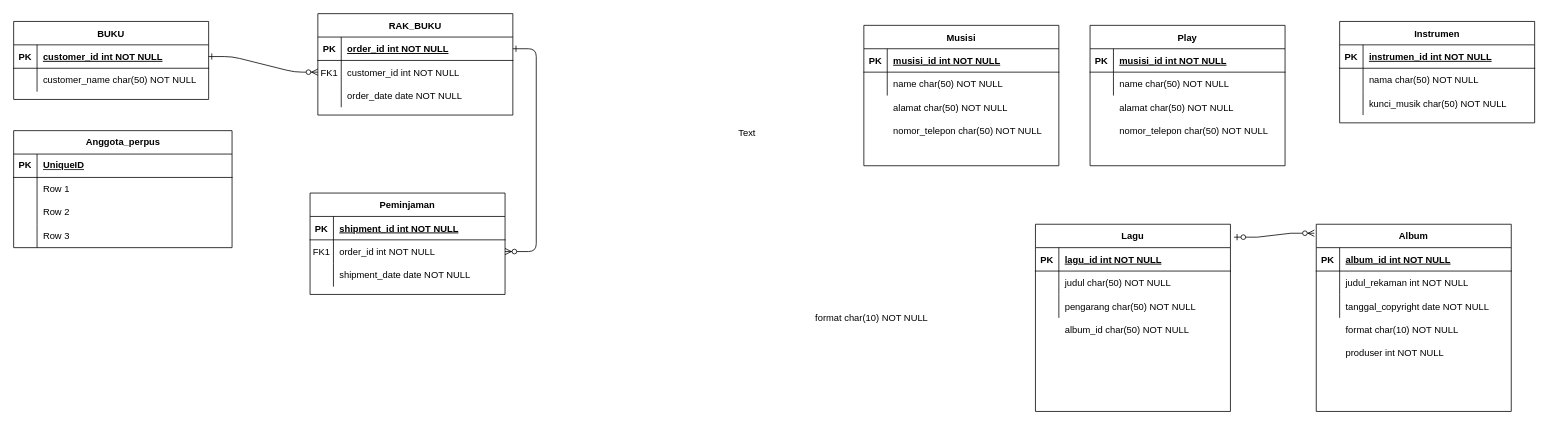
Before: Untitled Diagram.drawio in josephgreffenkomala/Basis-Data, a draw.io diagram. Source tidied: cells renumbered, new cells numbered last; positions are measured from the earlier drawing's top-left corner, leaving out a move shared by most shapes. Both pictures are drawn from the tidied source at 78%, with x=0, y=0 at pixel (13, 13).
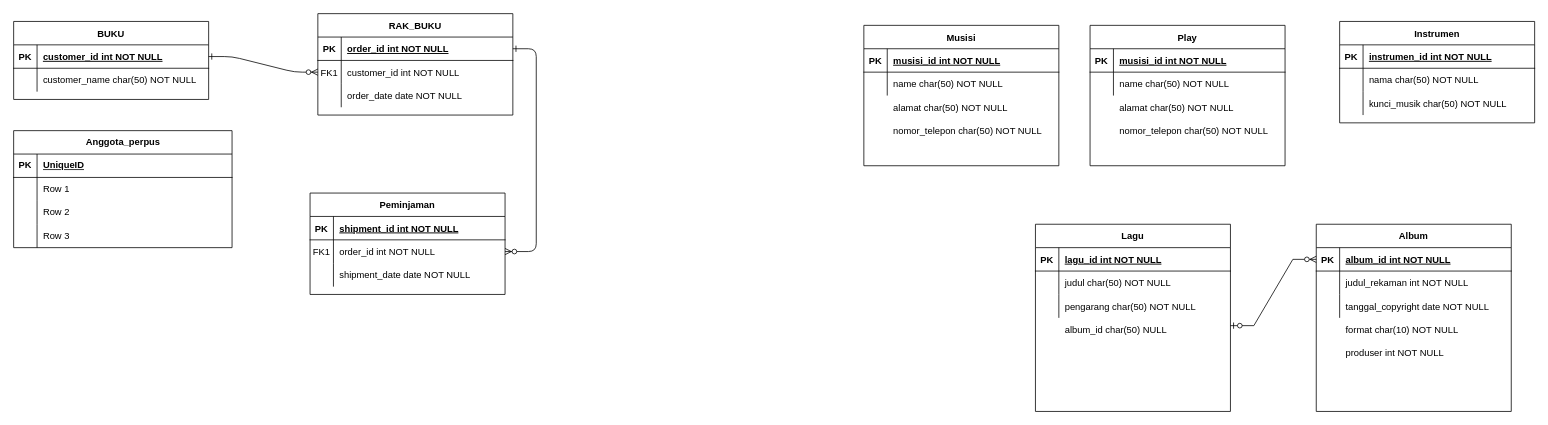
The same page after the edit.

The change refers to these unchanged cells:
```xml
<mxCell id="42" value="Album" style="shape=table;startSize=30;childLayout=tableLayout;rowLines=0;fontStyle=1;align=center;" parent="1" vertex="1">
  <mxGeometry x="1670" y="270" width="250" height="240" as="geometry" />
</mxCell>
<mxCell id="43" style="shape=partialRectangle;fillColor=none;points=[[0,0.5],[1,0.5]];portConstraint=eastwest;top=0;left=0;right=0;bottom=1;" parent="42" vertex="1">
  <mxGeometry y="30" width="250" height="30" as="geometry" />
</mxCell>
<mxCell id="62" value="Lagu" style="shape=table;startSize=30;childLayout=tableLayout;rowLines=0;fontStyle=1;align=center;" parent="1" vertex="1">
  <mxGeometry x="1310" y="270" width="250" height="240" as="geometry" />
</mxCell>
```

Diff of the diagram source:
```diff
@@
-    <mxCell id="31" value="Text" style="text;html=1;align=center;verticalAlign=middle;strokeColor=none;fillColor=none;" parent="1" vertex="1">
-      <mxGeometry x="915" y="138" width="50" height="30" as="geometry" />
-    </mxCell>
@@
-    <mxCell id="72" value="format char(10) NOT NULL" style="shape=partialRectangle;overflow=hidden;fillColor=none;top=0;left=0;bottom=0;right=0;align=left;spacingLeft=6;" parent="1" vertex="1">
-      <mxGeometry x="1020" y="375" width="220" height="30" as="geometry" />
-    </mxCell>
@@
-    <mxCell id="82" value="album_id char(50) NOT NULL" style="shape=partialRectangle;overflow=hidden;fillColor=none;top=0;left=0;bottom=0;right=0;align=left;spacingLeft=6;" parent="1" vertex="1">
+    <mxCell id="82" value="album_id char(50) NULL" style="shape=partialRectangle;overflow=hidden;fillColor=none;top=0;left=0;bottom=0;right=0;align=left;spacingLeft=6;" parent="1" vertex="1">
       <mxGeometry x="1340" y="390" width="220" height="30" as="geometry" />
     </mxCell>
-    <mxCell id="83" style="edgeStyle=entityRelationEdgeStyle;fontSize=12;html=1;endArrow=ERzeroToMany;startArrow=ERzeroToOne;rounded=0;entryX=-0.01;entryY=0.048;entryDx=0;entryDy=0;entryPerimeter=0;exitX=1.018;exitY=0.069;exitDx=0;exitDy=0;exitPerimeter=0;" parent="1" edge="1" source="62" target="42">
-      <mxGeometry relative="1" as="geometry" />
+    <mxCell id="83" style="edgeStyle=entityRelationEdgeStyle;fontSize=12;html=1;endArrow=ERzeroToMany;startArrow=ERzeroToOne;rounded=0;entryX=0;entryY=0.5;entryDx=0;entryDy=0;" parent="1" edge="1" target="43">
+      <mxGeometry relative="1" as="geometry">
+        <mxPoint x="1560" y="400" as="sourcePoint" />
+        <Array as="points">
+          <mxPoint x="1590" y="340" />
+          <mxPoint x="1580" y="340" />
+        </Array>
+      </mxGeometry>
     </mxCell>
```
